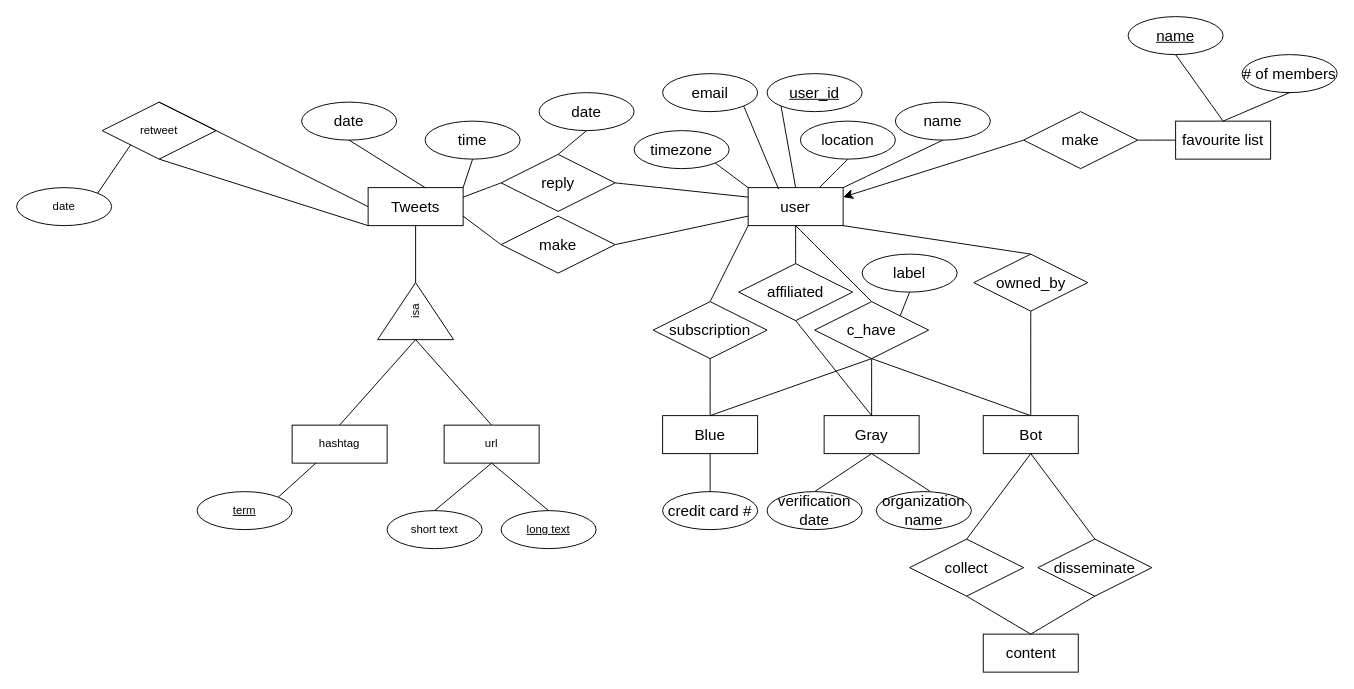
The draw.io diagram Part1/Daniel/Untitled Diagram.drawio in slappy163/291-Assignment-1, before the edit. Source tidied: cells renumbered, new cells numbered last; positions are measured from the earlier drawing's top-left corner, leaving out a move shared by most shapes. Both pictures are drawn from the tidied source at 95%, with x=0, y=0 at pixel (16, 16).
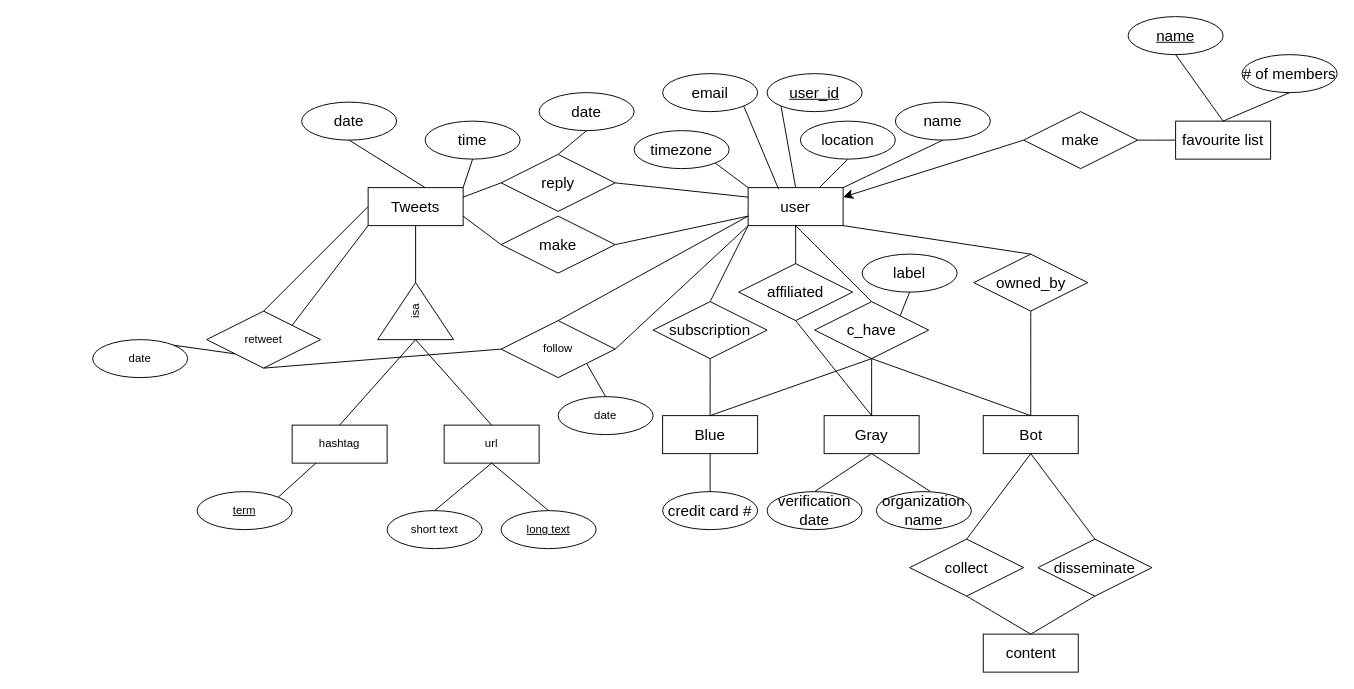
Above is the later version.

Commit message:
basic idea completion

The change refers to these unchanged cells:
```xml
<mxCell id="2" value="user" style="whiteSpace=wrap;html=1;align=center;fontSize=16;" parent="1" vertex="1">
  <mxGeometry x="770" y="180" width="100" height="40" as="geometry" />
</mxCell>
<mxCell id="53" value="Tweets" style="whiteSpace=wrap;html=1;align=center;fontSize=16;" parent="1" vertex="1">
  <mxGeometry x="370" y="180" width="100" height="40" as="geometry" />
</mxCell>
<mxCell id="55" value="make" style="shape=rhombus;perimeter=rhombusPerimeter;whiteSpace=wrap;html=1;align=center;fontSize=16;" parent="1" vertex="1">
  <mxGeometry x="510" y="210" width="120" height="60" as="geometry" />
</mxCell>
```

The edit, as a diff of the source:
```diff
@@
-    <mxCell id="57" style="endArrow=none;html=1;rounded=0;fontSize=12;startSize=8;endSize=8;curved=1;exitX=1;exitY=0.5;exitDx=0;exitDy=0;entryX=0;entryY=0.75;entryDx=0;entryDy=0;" parent="1" edge="1" source="55" target="2">
-      <mxGeometry relative="1" as="geometry" />
+    <mxCell id="57" style="endArrow=none;html=1;rounded=0;fontSize=12;startSize=8;endSize=8;curved=1;exitX=1;exitY=0.5;exitDx=0;exitDy=0;" parent="1" edge="1" source="55">
+      <mxGeometry relative="1" as="geometry">
+        <mxPoint x="770" y="210" as="targetPoint" />
+      </mxGeometry>
     </mxCell>
@@
     <mxCell id="66" value="retweet" style="shape=rhombus;perimeter=rhombusPerimeter;whiteSpace=wrap;html=1;align=center;" parent="1" vertex="1">
-      <mxGeometry x="90" y="90" width="120" height="60" as="geometry" />
+      <mxGeometry x="200" y="310" width="120" height="60" as="geometry" />
     </mxCell>
-    <mxCell id="67" style="endArrow=none;html=1;rounded=0;exitX=0.5;exitY=1;exitDx=0;exitDy=0;entryX=0;entryY=1;entryDx=0;entryDy=0;" parent="1" edge="1" source="66" target="53">
+    <mxCell id="67" style="endArrow=none;html=1;rounded=0;entryX=0;entryY=1;entryDx=0;entryDy=0;exitX=1;exitY=0;exitDx=0;exitDy=0;" parent="1" edge="1" source="66" target="53">
       <mxGeometry relative="1" as="geometry" />
     </mxCell>
@@
     <mxCell id="69" value="date" style="ellipse;whiteSpace=wrap;html=1;align=center;" parent="1" vertex="1">
-      <mxGeometry y="180" width="100" height="40" as="geometry" />
+      <mxGeometry x="80" y="340" width="100" height="40" as="geometry" />
     </mxCell>
@@
+    <mxCell id="83" value="follow" style="shape=rhombus;perimeter=rhombusPerimeter;whiteSpace=wrap;html=1;align=center;" parent="1" vertex="1">
+      <mxGeometry x="510" y="320" width="120" height="60" as="geometry" />
+    </mxCell>
+    <mxCell id="84" style="endArrow=none;html=1;rounded=0;entryX=0.5;entryY=0;entryDx=0;entryDy=0;" parent="1" edge="1" target="83">
+      <mxGeometry relative="1" as="geometry">
+        <mxPoint x="770" y="210" as="sourcePoint" />
+      </mxGeometry>
+    </mxCell>
+    <mxCell id="85" style="endArrow=none;html=1;rounded=0;entryX=0;entryY=1;entryDx=0;entryDy=0;exitX=1;exitY=0.5;exitDx=0;exitDy=0;" parent="1" edge="1" source="83" target="2">
+      <mxGeometry relative="1" as="geometry" />
+    </mxCell>
+    <mxCell id="86" style="endArrow=none;html=1;rounded=0;exitX=0.5;exitY=1;exitDx=0;exitDy=0;entryX=0;entryY=0.5;entryDx=0;entryDy=0;" parent="1" edge="1" source="66" target="83">
+      <mxGeometry relative="1" as="geometry" />
+    </mxCell>
+    <mxCell id="87" value="date" style="ellipse;whiteSpace=wrap;html=1;align=center;" parent="1" vertex="1">
+      <mxGeometry x="570" y="400" width="100" height="40" as="geometry" />
+    </mxCell>
+    <mxCell id="88" style="endArrow=none;html=1;rounded=0;exitX=1;exitY=1;exitDx=0;exitDy=0;entryX=0.5;entryY=0;entryDx=0;entryDy=0;" parent="1" edge="1" source="83" target="87">
+      <mxGeometry relative="1" as="geometry" />
+    </mxCell>
```
